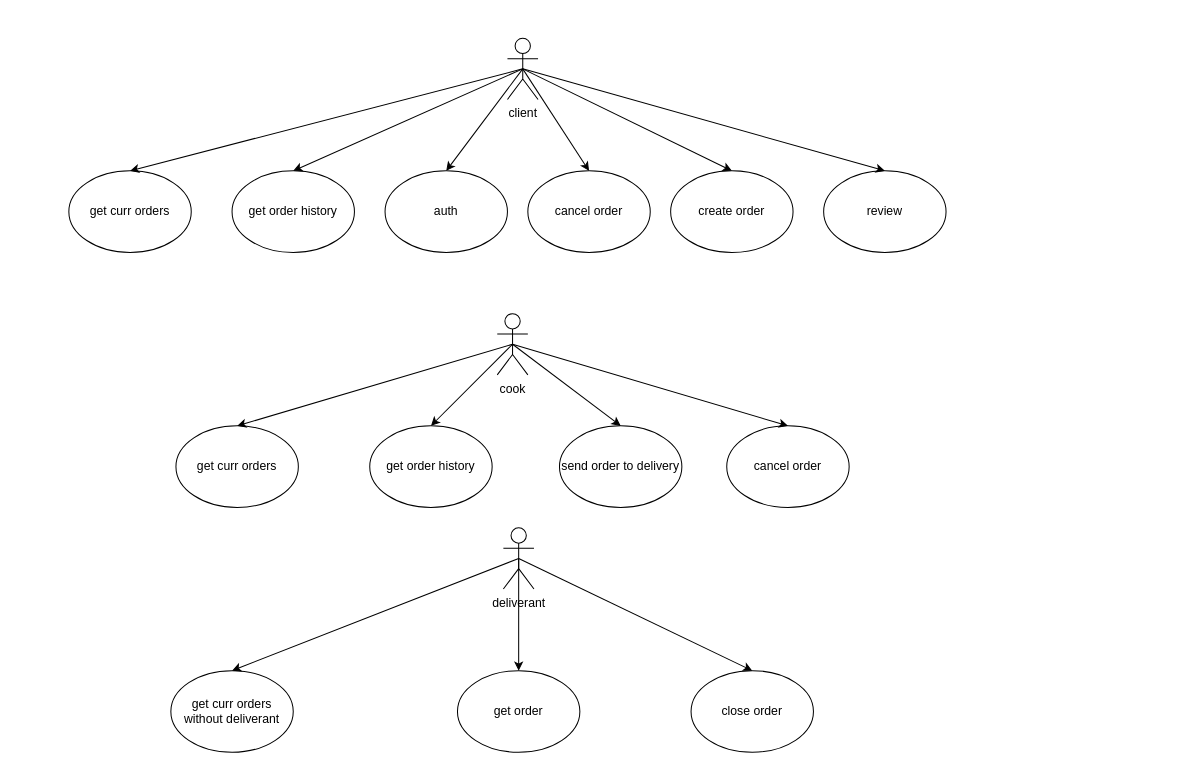
The draw.io diagram schemas/reqs.drawio in eeQuillibrium/Pizza, before the edit. Source tidied: cells renumbered, new cells numbered last; positions are measured from the earlier drawing's top-left corner, leaving out a move shared by most shapes. Both pictures are drawn from the tidied source at 102%, with x=0, y=0 at pixel (68, 38).
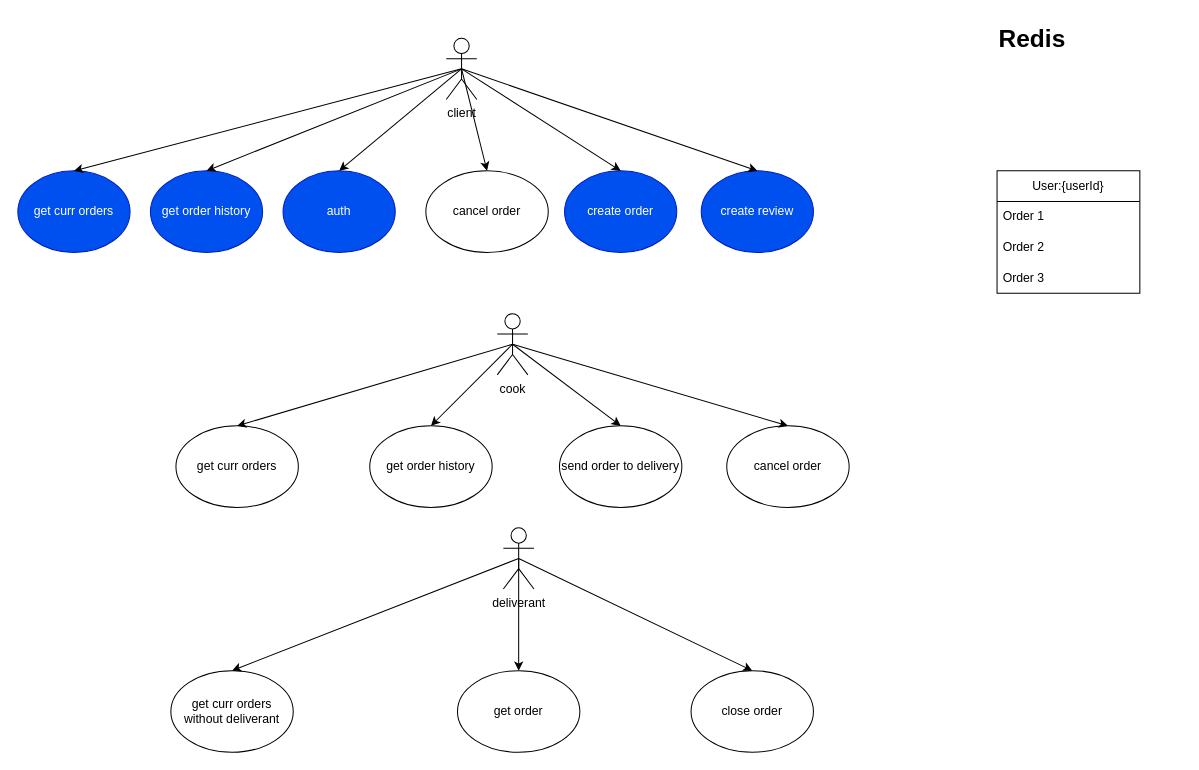
The same page after the edit.

Diff of the diagram source:
```diff
@@
     <mxCell id="2" value="client" style="shape=umlActor;verticalLabelPosition=bottom;verticalAlign=top;html=1;outlineConnect=0;" parent="1" vertex="1">
-      <mxGeometry x="430" width="30" height="60" as="geometry" />
+      <mxGeometry x="370" width="30" height="60" as="geometry" />
     </mxCell>
-    <mxCell id="3" value="auth" style="ellipse;whiteSpace=wrap;html=1;" parent="1" vertex="1">
-      <mxGeometry x="310" y="130" width="120" height="80" as="geometry" />
+    <mxCell id="3" value="auth" style="ellipse;whiteSpace=wrap;html=1;fillColor=#0050ef;fontColor=#ffffff;strokeColor=#001DBC;" parent="1" vertex="1">
+      <mxGeometry x="210" y="130" width="110" height="80" as="geometry" />
     </mxCell>
-    <mxCell id="4" value="create order" style="ellipse;whiteSpace=wrap;html=1;" parent="1" vertex="1">
-      <mxGeometry x="590" y="130" width="120" height="80" as="geometry" />
+    <mxCell id="4" value="create order" style="ellipse;whiteSpace=wrap;html=1;fillColor=#0050ef;strokeColor=#001DBC;fontColor=#ffffff;" parent="1" vertex="1">
+      <mxGeometry x="486" y="130" width="110" height="80" as="geometry" />
     </mxCell>
     <mxCell id="5" value="cancel order" style="ellipse;whiteSpace=wrap;html=1;" parent="1" vertex="1">
-      <mxGeometry x="450" y="130" width="120" height="80" as="geometry" />
+      <mxGeometry x="350" y="130" width="120" height="80" as="geometry" />
     </mxCell>
-    <mxCell id="6" value="get order history" style="ellipse;whiteSpace=wrap;html=1;" parent="1" vertex="1">
-      <mxGeometry x="160" y="130" width="120" height="80" as="geometry" />
+    <mxCell id="6" value="get order history" style="ellipse;whiteSpace=wrap;html=1;fillColor=#0050ef;fontColor=#ffffff;strokeColor=#001DBC;" parent="1" vertex="1">
+      <mxGeometry x="80" y="130" width="110" height="80" as="geometry" />
     </mxCell>
-    <mxCell id="7" value="get curr orders" style="ellipse;whiteSpace=wrap;html=1;" parent="1" vertex="1">
-      <mxGeometry y="130" width="120" height="80" as="geometry" />
+    <mxCell id="7" value="get curr orders" style="ellipse;whiteSpace=wrap;html=1;fillColor=#0050ef;fontColor=#ffffff;strokeColor=#001DBC;" parent="1" vertex="1">
+      <mxGeometry x="-50" y="130" width="110" height="80" as="geometry" />
     </mxCell>
-    <mxCell id="8" value="review" style="ellipse;whiteSpace=wrap;html=1;" parent="1" vertex="1">
-      <mxGeometry x="740" y="130" width="120" height="80" as="geometry" />
+    <mxCell id="8" value="create review" style="ellipse;whiteSpace=wrap;html=1;fillColor=#0050ef;fontColor=#ffffff;strokeColor=#001DBC;" parent="1" vertex="1">
+      <mxGeometry x="620" y="130" width="110" height="80" as="geometry" />
     </mxCell>
@@
+    <mxCell id="31" value="&lt;h1 style=&quot;margin-top: 0px;&quot;&gt;Redis&lt;/h1&gt;" style="text;html=1;whiteSpace=wrap;overflow=hidden;rounded=0;" parent="1" vertex="1">
+      <mxGeometry x="910" y="-20" width="180" height="120" as="geometry" />
+    </mxCell>
+    <mxCell id="32" value="User:{userId}" style="swimlane;fontStyle=0;horizontal=1;startSize=30;whiteSpace=wrap;html=1;" parent="1" vertex="1">
+      <mxGeometry x="910" y="130" width="140" height="120" as="geometry" />
+    </mxCell>
+    <mxCell id="33" value="Order 1" style="text;strokeColor=none;fillColor=none;align=left;verticalAlign=middle;spacingLeft=4;spacingRight=4;overflow=hidden;whiteSpace=wrap;html=1;" parent="32" vertex="1">
+      <mxGeometry y="30" width="140" height="30" as="geometry" />
+    </mxCell>
+    <mxCell id="34" value="Order 2" style="text;strokeColor=none;fillColor=none;align=left;verticalAlign=middle;spacingLeft=4;spacingRight=4;overflow=hidden;whiteSpace=wrap;html=1;" parent="32" vertex="1">
+      <mxGeometry y="60" width="140" height="30" as="geometry" />
+    </mxCell>
+    <mxCell id="35" value="Order 3" style="text;strokeColor=none;fillColor=none;align=left;verticalAlign=middle;spacingLeft=4;spacingRight=4;overflow=hidden;whiteSpace=wrap;html=1;" parent="32" vertex="1">
+      <mxGeometry y="90" width="140" height="30" as="geometry" />
+    </mxCell>
```
